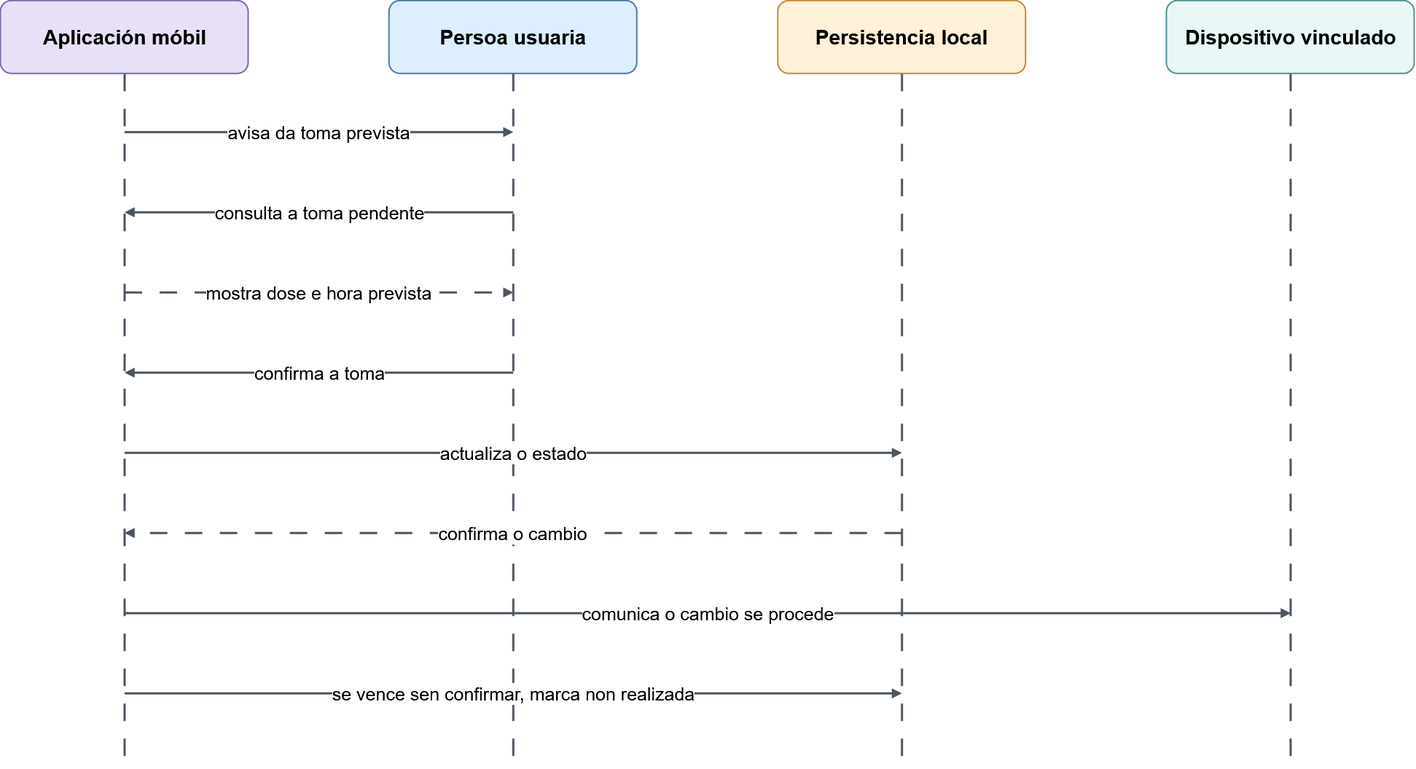
Earlier version of the draw.io export imaxes/07-Deseño/anexo/06_fluxo_toma_diaria.drawio.png (Dieeelg/TFGSintromAppMemoria). Source tidied: cells renumbered, new cells last; positions are measured from the earlier drawing's top-left corner, leaving out a move shared by most shapes. Its diagram source:
```xml
<mxGraphModel background="#FFFFFF">
  <root>
    <mxCell id="0" />
    <mxCell id="1" parent="0" />
    <mxCell id="2" value="Aplicación móbil" style="rounded=1;whiteSpace=wrap;html=1;fillColor=#E7E0F7;strokeColor=#7E68A8;fontSize=28;fontStyle=1;strokeWidth=2;align=center;verticalAlign=middle;spacing=8;" parent="1" vertex="1">
      <mxGeometry width="340" height="100" as="geometry" />
    </mxCell>
    <mxCell id="3" style="edgeStyle=none;rounded=0;html=1;strokeColor=#4B5563;strokeWidth=3;endArrow=none;endFill=1;fontSize=25;labelBackgroundColor=#FFFFFF;dashed=1;dashPattern=8 8;" parent="1" edge="1">
      <mxGeometry relative="1" as="geometry">
        <mxPoint x="170" y="100" as="sourcePoint" />
        <mxPoint x="170" y="1050" as="targetPoint" />
      </mxGeometry>
    </mxCell>
    <mxCell id="4" value="Persoa usuaria" style="rounded=1;whiteSpace=wrap;html=1;fillColor=#DDEEFF;strokeColor=#4B78A8;fontSize=28;fontStyle=1;strokeWidth=2;align=center;verticalAlign=middle;spacing=8;" parent="1" vertex="1">
      <mxGeometry x="533.3" width="340" height="100" as="geometry" />
    </mxCell>
    <mxCell id="5" style="edgeStyle=none;rounded=0;html=1;strokeColor=#4B5563;strokeWidth=3;endArrow=none;endFill=1;fontSize=25;labelBackgroundColor=#FFFFFF;dashed=1;dashPattern=8 8;" parent="1" edge="1">
      <mxGeometry relative="1" as="geometry">
        <mxPoint x="703.3" y="100" as="sourcePoint" />
        <mxPoint x="703.3" y="1050" as="targetPoint" />
      </mxGeometry>
    </mxCell>
    <mxCell id="6" value="Persistencia local" style="rounded=1;whiteSpace=wrap;html=1;fillColor=#FFF0D8;strokeColor=#C48932;fontSize=28;fontStyle=1;strokeWidth=2;align=center;verticalAlign=middle;spacing=8;" parent="1" vertex="1">
      <mxGeometry x="1066.7" width="340" height="100" as="geometry" />
    </mxCell>
    <mxCell id="7" style="edgeStyle=none;rounded=0;html=1;strokeColor=#4B5563;strokeWidth=3;endArrow=none;endFill=1;fontSize=25;labelBackgroundColor=#FFFFFF;dashed=1;dashPattern=8 8;" parent="1" edge="1">
      <mxGeometry relative="1" as="geometry">
        <mxPoint x="1236.7" y="100" as="sourcePoint" />
        <mxPoint x="1236.7" y="1050" as="targetPoint" />
      </mxGeometry>
    </mxCell>
    <mxCell id="8" value="Dispositivo vinculado" style="rounded=1;whiteSpace=wrap;html=1;fillColor=#EAF7F7;strokeColor=#4E9292;fontSize=28;fontStyle=1;strokeWidth=2;align=center;verticalAlign=middle;spacing=8;" parent="1" vertex="1">
      <mxGeometry x="1600" width="340" height="100" as="geometry" />
    </mxCell>
    <mxCell id="9" style="edgeStyle=none;rounded=0;html=1;strokeColor=#4B5563;strokeWidth=3;endArrow=none;endFill=1;fontSize=25;labelBackgroundColor=#FFFFFF;dashed=1;dashPattern=8 8;" parent="1" edge="1">
      <mxGeometry relative="1" as="geometry">
        <mxPoint x="1770" y="100" as="sourcePoint" />
        <mxPoint x="1770" y="1050" as="targetPoint" />
      </mxGeometry>
    </mxCell>
    <mxCell id="10" value="avisa da toma prevista" style="edgeStyle=none;rounded=0;html=1;strokeColor=#4B5563;strokeWidth=3;endArrow=block;endFill=1;fontSize=25;labelBackgroundColor=#FFFFFF;" parent="1" edge="1">
      <mxGeometry relative="1" as="geometry">
        <mxPoint x="170" y="180" as="sourcePoint" />
        <mxPoint x="703.3" y="180" as="targetPoint" />
      </mxGeometry>
    </mxCell>
    <mxCell id="11" value="consulta a toma pendente" style="edgeStyle=none;rounded=0;html=1;strokeColor=#4B5563;strokeWidth=3;endArrow=block;endFill=1;fontSize=25;labelBackgroundColor=#FFFFFF;" parent="1" edge="1">
      <mxGeometry relative="1" as="geometry">
        <mxPoint x="703.3" y="290" as="sourcePoint" />
        <mxPoint x="170" y="290" as="targetPoint" />
      </mxGeometry>
    </mxCell>
    <mxCell id="12" value="mostra dose e hora prevista" style="edgeStyle=none;rounded=0;html=1;strokeColor=#4B5563;strokeWidth=3;endArrow=block;endFill=1;fontSize=25;labelBackgroundColor=#FFFFFF;dashed=1;dashPattern=8 8;" parent="1" edge="1">
      <mxGeometry relative="1" as="geometry">
        <mxPoint x="170" y="400" as="sourcePoint" />
        <mxPoint x="703.3" y="400" as="targetPoint" />
      </mxGeometry>
    </mxCell>
    <mxCell id="13" value="confirma a toma" style="edgeStyle=none;rounded=0;html=1;strokeColor=#4B5563;strokeWidth=3;endArrow=block;endFill=1;fontSize=25;labelBackgroundColor=#FFFFFF;" parent="1" edge="1">
      <mxGeometry relative="1" as="geometry">
        <mxPoint x="703.3" y="510" as="sourcePoint" />
        <mxPoint x="170" y="510" as="targetPoint" />
      </mxGeometry>
    </mxCell>
    <mxCell id="14" value="actualiza o estado" style="edgeStyle=none;rounded=0;html=1;strokeColor=#4B5563;strokeWidth=3;endArrow=block;endFill=1;fontSize=25;labelBackgroundColor=#FFFFFF;" parent="1" edge="1">
      <mxGeometry relative="1" as="geometry">
        <mxPoint x="170" y="620" as="sourcePoint" />
        <mxPoint x="1236.7" y="620" as="targetPoint" />
      </mxGeometry>
    </mxCell>
    <mxCell id="15" value="confirma o cambio" style="edgeStyle=none;rounded=0;html=1;strokeColor=#4B5563;strokeWidth=3;endArrow=block;endFill=1;fontSize=25;labelBackgroundColor=#FFFFFF;dashed=1;dashPattern=8 8;" parent="1" edge="1">
      <mxGeometry relative="1" as="geometry">
        <mxPoint x="1236.7" y="730" as="sourcePoint" />
        <mxPoint x="170" y="730" as="targetPoint" />
      </mxGeometry>
    </mxCell>
    <mxCell id="16" value="comunica o cambio se procede" style="edgeStyle=none;rounded=0;html=1;strokeColor=#4B5563;strokeWidth=3;endArrow=block;endFill=1;fontSize=25;labelBackgroundColor=#FFFFFF;" parent="1" edge="1">
      <mxGeometry relative="1" as="geometry">
        <mxPoint x="170" y="840" as="sourcePoint" />
        <mxPoint x="1770" y="840" as="targetPoint" />
      </mxGeometry>
    </mxCell>
    <mxCell id="17" value="se vence sen confirmar, marca non realizada" style="edgeStyle=none;rounded=0;html=1;strokeColor=#4B5563;strokeWidth=3;endArrow=block;endFill=1;fontSize=25;labelBackgroundColor=#FFFFFF;" parent="1" edge="1">
      <mxGeometry relative="1" as="geometry">
        <mxPoint x="170" y="950" as="sourcePoint" />
        <mxPoint x="1236.7" y="950" as="targetPoint" />
      </mxGeometry>
    </mxCell>
  </root>
</mxGraphModel>
```
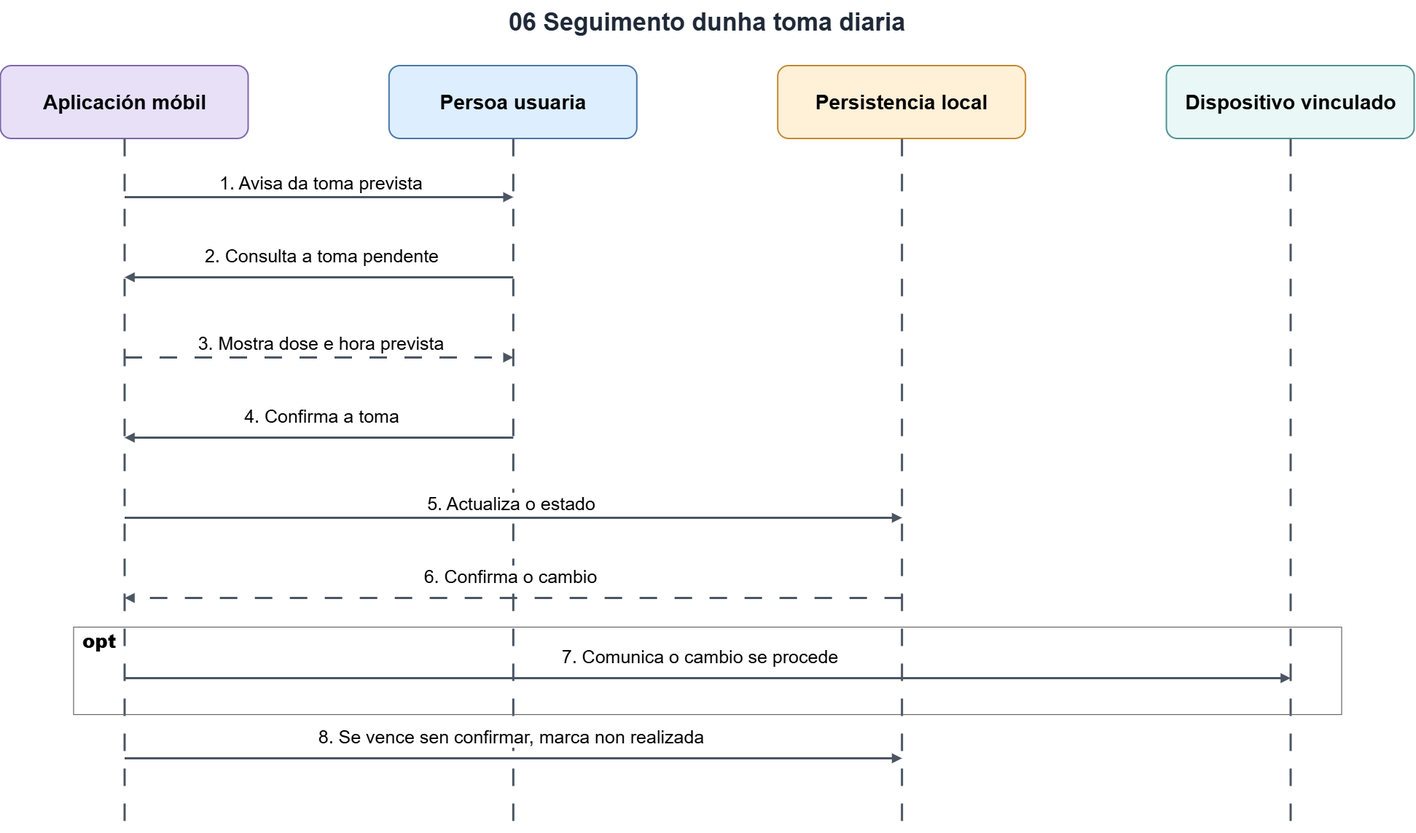
The same diagram one commit later.

What changed in the source:
```diff
@@ -2,6 +2,9 @@
   <root>
     <mxCell id="0" />
     <mxCell id="1" parent="0" />
+    <mxCell id="18" value="06 Seguimento dunha toma diaria" style="text;html=1;strokeColor=none;fillColor=none;align=center;verticalAlign=middle;whiteSpace=wrap;fontSize=34;fontStyle=1;fontColor=#1F2937;" parent="1" vertex="1">
+      <mxGeometry x="320" y="-90" width="1300" height="60" as="geometry" />
+    </mxCell>
     <mxCell id="2" value="Aplicación móbil" style="rounded=1;whiteSpace=wrap;html=1;fillColor=#E7E0F7;strokeColor=#7E68A8;fontSize=28;fontStyle=1;strokeWidth=2;align=center;verticalAlign=middle;spacing=8;" parent="1" vertex="1">
       <mxGeometry width="340" height="100" as="geometry" />
     </mxCell>
@@ -38,53 +41,64 @@
         <mxPoint x="1770" y="1050" as="targetPoint" />
       </mxGeometry>
     </mxCell>
-    <mxCell id="10" value="avisa da toma prevista" style="edgeStyle=none;rounded=0;html=1;strokeColor=#4B5563;strokeWidth=3;endArrow=block;endFill=1;fontSize=25;labelBackgroundColor=#FFFFFF;" parent="1" edge="1">
-      <mxGeometry relative="1" as="geometry">
+    <mxCell id="10" value="1. Avisa da toma prevista" style="edgeStyle=none;rounded=0;html=1;strokeColor=#4B5563;strokeWidth=3;endArrow=block;endFill=1;fontSize=25;labelBackgroundColor=#FFFFFF;" parent="1" edge="1">
+      <mxGeometry x="0.01" y="20" relative="1" as="geometry">
         <mxPoint x="170" y="180" as="sourcePoint" />
         <mxPoint x="703.3" y="180" as="targetPoint" />
+        <mxPoint x="-1" as="offset" />
       </mxGeometry>
     </mxCell>
-    <mxCell id="11" value="consulta a toma pendente" style="edgeStyle=none;rounded=0;html=1;strokeColor=#4B5563;strokeWidth=3;endArrow=block;endFill=1;fontSize=25;labelBackgroundColor=#FFFFFF;" parent="1" edge="1">
-      <mxGeometry relative="1" as="geometry">
+    <mxCell id="11" value="2. Consulta a toma pendente" style="edgeStyle=none;rounded=0;html=1;strokeColor=#4B5563;strokeWidth=3;endArrow=block;endFill=1;fontSize=25;labelBackgroundColor=#FFFFFF;" parent="1" edge="1">
+      <mxGeometry x="-0.01" y="-30" relative="1" as="geometry">
         <mxPoint x="703.3" y="290" as="sourcePoint" />
         <mxPoint x="170" y="290" as="targetPoint" />
       </mxGeometry>
     </mxCell>
-    <mxCell id="12" value="mostra dose e hora prevista" style="edgeStyle=none;rounded=0;html=1;strokeColor=#4B5563;strokeWidth=3;endArrow=block;endFill=1;fontSize=25;labelBackgroundColor=#FFFFFF;dashed=1;dashPattern=8 8;" parent="1" edge="1">
-      <mxGeometry relative="1" as="geometry">
+    <mxCell id="12" value="3. Mostra dose e hora prevista" style="edgeStyle=none;rounded=0;html=1;strokeColor=#4B5563;strokeWidth=3;endArrow=block;endFill=1;fontSize=25;labelBackgroundColor=#FFFFFF;dashed=1;dashPattern=8 8;" parent="1" edge="1">
+      <mxGeometry x="0.01" y="20" relative="1" as="geometry">
         <mxPoint x="170" y="400" as="sourcePoint" />
         <mxPoint x="703.3" y="400" as="targetPoint" />
+        <mxPoint x="-1" as="offset" />
       </mxGeometry>
     </mxCell>
-    <mxCell id="13" value="confirma a toma" style="edgeStyle=none;rounded=0;html=1;strokeColor=#4B5563;strokeWidth=3;endArrow=block;endFill=1;fontSize=25;labelBackgroundColor=#FFFFFF;" parent="1" edge="1">
-      <mxGeometry relative="1" as="geometry">
+    <mxCell id="13" value="4. Confirma a toma" style="edgeStyle=none;rounded=0;html=1;strokeColor=#4B5563;strokeWidth=3;endArrow=block;endFill=1;fontSize=25;labelBackgroundColor=#FFFFFF;" parent="1" edge="1">
+      <mxGeometry x="-0.01" y="-30" relative="1" as="geometry">
         <mxPoint x="703.3" y="510" as="sourcePoint" />
         <mxPoint x="170" y="510" as="targetPoint" />
       </mxGeometry>
     </mxCell>
-    <mxCell id="14" value="actualiza o estado" style="edgeStyle=none;rounded=0;html=1;strokeColor=#4B5563;strokeWidth=3;endArrow=block;endFill=1;fontSize=25;labelBackgroundColor=#FFFFFF;" parent="1" edge="1">
-      <mxGeometry relative="1" as="geometry">
+    <mxCell id="14" value="5. Actualiza o estado" style="edgeStyle=none;rounded=0;html=1;strokeColor=#4B5563;strokeWidth=3;endArrow=block;endFill=1;fontSize=25;labelBackgroundColor=#FFFFFF;" parent="1" edge="1">
+      <mxGeometry x="-0.01" y="20" relative="1" as="geometry">
         <mxPoint x="170" y="620" as="sourcePoint" />
         <mxPoint x="1236.7" y="620" as="targetPoint" />
+        <mxPoint x="1" as="offset" />
       </mxGeometry>
     </mxCell>
-    <mxCell id="15" value="confirma o cambio" style="edgeStyle=none;rounded=0;html=1;strokeColor=#4B5563;strokeWidth=3;endArrow=block;endFill=1;fontSize=25;labelBackgroundColor=#FFFFFF;dashed=1;dashPattern=8 8;" parent="1" edge="1">
-      <mxGeometry relative="1" as="geometry">
+    <mxCell id="15" value="6. Confirma o cambio" style="edgeStyle=none;rounded=0;html=1;strokeColor=#4B5563;strokeWidth=3;endArrow=block;endFill=1;fontSize=25;labelBackgroundColor=#FFFFFF;dashed=1;dashPattern=8 8;" parent="1" edge="1">
+      <mxGeometry x="0.01" y="-30" relative="1" as="geometry">
         <mxPoint x="1236.7" y="730" as="sourcePoint" />
         <mxPoint x="170" y="730" as="targetPoint" />
       </mxGeometry>
     </mxCell>
-    <mxCell id="16" value="comunica o cambio se procede" style="edgeStyle=none;rounded=0;html=1;strokeColor=#4B5563;strokeWidth=3;endArrow=block;endFill=1;fontSize=25;labelBackgroundColor=#FFFFFF;" parent="1" edge="1">
-      <mxGeometry relative="1" as="geometry">
+    <mxCell id="16" value="7. Comunica o cambio se procede" style="edgeStyle=none;rounded=0;html=1;strokeColor=#4B5563;strokeWidth=3;endArrow=block;endFill=1;fontSize=25;labelBackgroundColor=#FFFFFF;" parent="1" edge="1">
+      <mxGeometry x="-0.01" y="30" relative="1" as="geometry">
         <mxPoint x="170" y="840" as="sourcePoint" />
         <mxPoint x="1770" y="840" as="targetPoint" />
+        <mxPoint x="-1" as="offset" />
       </mxGeometry>
     </mxCell>
-    <mxCell id="17" value="se vence sen confirmar, marca non realizada" style="edgeStyle=none;rounded=0;html=1;strokeColor=#4B5563;strokeWidth=3;endArrow=block;endFill=1;fontSize=25;labelBackgroundColor=#FFFFFF;" parent="1" edge="1">
-      <mxGeometry relative="1" as="geometry">
+    <mxCell id="17" value="8. Se vence sen confirmar, marca non realizada" style="edgeStyle=none;rounded=0;html=1;strokeColor=#4B5563;strokeWidth=3;endArrow=block;endFill=1;fontSize=25;labelBackgroundColor=#FFFFFF;" parent="1" edge="1">
+      <mxGeometry x="-0.01" y="30" relative="1" as="geometry">
         <mxPoint x="170" y="950" as="sourcePoint" />
         <mxPoint x="1236.7" y="950" as="targetPoint" />
+        <mxPoint x="1" as="offset" />
       </mxGeometry>
     </mxCell>
+    <mxCell id="19" style="rounded=0;whiteSpace=wrap;html=1;align=left;verticalAlign=top;strokeColor=#666666;strokeWidth=1.2;fillColor=none;fontSize=26;" parent="1" vertex="1">
+      <mxGeometry x="100" y="770" width="1740" height="120" as="geometry" />
+    </mxCell>
+    <mxCell id="20" value="&lt;b&gt;opt&lt;/b&gt;" style="rounded=0;whiteSpace=wrap;html=1;align=left;verticalAlign=middle;fontSize=26;fontStyle=1;strokeColor=none;fillColor=none;" parent="1" vertex="1">
+      <mxGeometry x="110" y="780" width="36" height="18" as="geometry" />
+    </mxCell>
   </root>
 </mxGraphModel>
```
